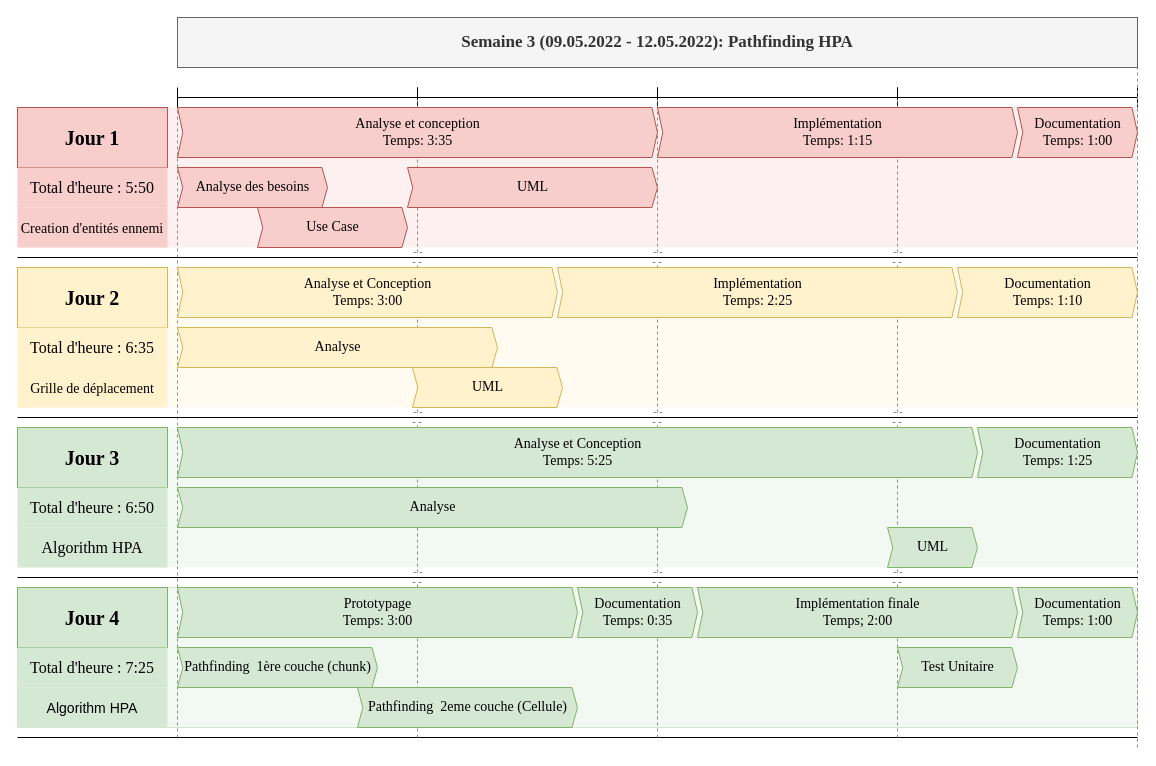
Cat-du-Fromage/TPI_CastleDefense keeps this draw.io diagram as Assets/Documentation/Planification/FlorianDuruz_PlanningSemaine3_CastleDefense.drawio. Above is the earlier version. Source tidied: cells renumbered, new cells numbered last; positions are measured from the earlier drawing's top-left corner, leaving out a move shared by most shapes. Both pictures are drawn from the tidied source at 100%, with x=0, y=0 at pixel (17, 17).
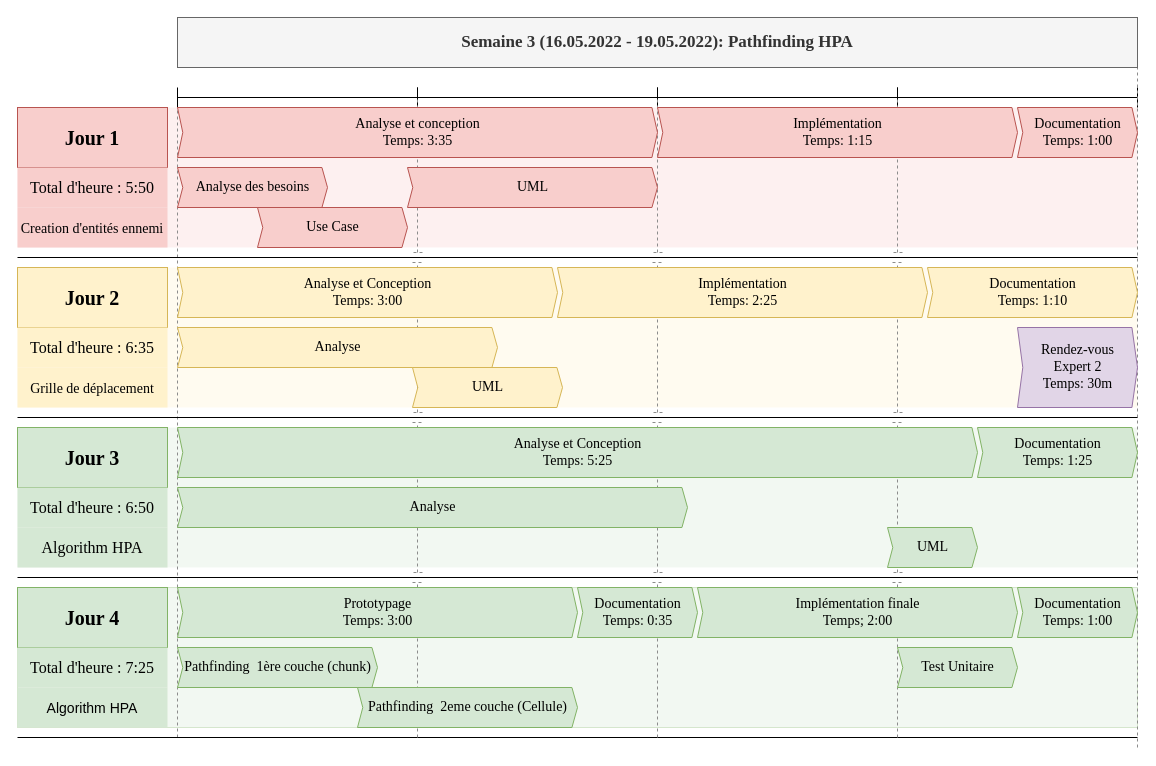
Above is the later version.

What changed in the source:
```diff
@@
     <mxCell id="26" value="Implémentation&lt;br&gt;Temps: 2:25" style="html=1;shape=mxgraph.infographic.ribbonSimple;notch1=5.29;notch2=5.57;align=center;verticalAlign=middle;fontSize=14;fontStyle=0;fillColor=#fff2cc;strokeColor=#d6b656;fontFamily=Times New Roman;" parent="21" vertex="1">
-      <mxGeometry x="540" y="250" width="400" height="50" as="geometry" />
+      <mxGeometry x="540" y="250" width="370" height="50" as="geometry" />
     </mxCell>
     <mxCell id="27" value="Documentation&lt;br&gt;Temps: 1:10" style="html=1;shape=mxgraph.infographic.ribbonSimple;notch1=5.29;notch2=5.57;align=center;verticalAlign=middle;fontSize=14;fontStyle=0;fillColor=#fff2cc;strokeColor=#d6b656;gradientDirection=east;fontFamily=Times New Roman;" parent="21" vertex="1">
-      <mxGeometry x="940" y="250" width="180" height="50" as="geometry" />
+      <mxGeometry x="910" y="250" width="210" height="50" as="geometry" />
     </mxCell>
@@
-    <mxCell id="38" value="Semaine 3 (09.05.2022 - 12.05.2022): Pathfinding HPA" style="rounded=0;whiteSpace=wrap;html=1;fillColor=#f5f5f5;strokeColor=#666666;fontSize=17;fontStyle=1;fontColor=#333333;fontFamily=Times New Roman;" parent="21" vertex="1">
+    <mxCell id="38" value="Semaine 3 (16.05.2022 - 19.05.2022): Pathfinding HPA" style="rounded=0;whiteSpace=wrap;html=1;fillColor=#f5f5f5;strokeColor=#666666;fontSize=17;fontStyle=1;fontColor=#333333;fontFamily=Times New Roman;" parent="21" vertex="1">
       <mxGeometry x="160" width="960" height="50" as="geometry" />
     </mxCell>
@@
+    <mxCell id="56" value="Rendez-vous &lt;br&gt;Expert 2&lt;br&gt;Temps: 30m" style="html=1;shape=mxgraph.infographic.ribbonSimple;notch1=5.29;notch2=5.57;align=center;verticalAlign=middle;fontSize=14;fontStyle=0;fillColor=#e1d5e7;strokeColor=#9673a6;fontFamily=Times New Roman;" parent="21" vertex="1">
+      <mxGeometry x="1000" y="310" width="120" height="80" as="geometry" />
+    </mxCell>
```
